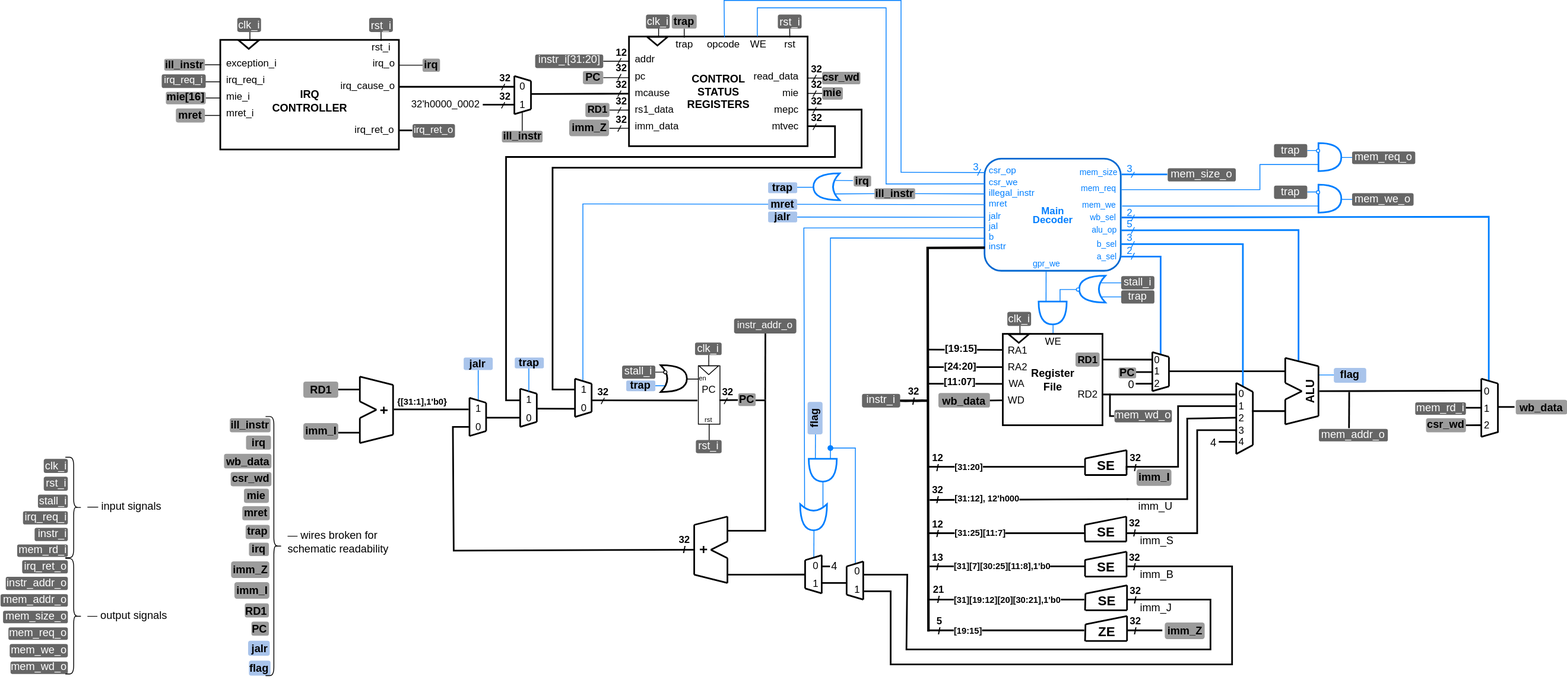
This is .pic/Labs/lab_10_irq/fig_03.drawio.svg from MPSU/APS, a draw.io export, as it was before one commit. Source tidied: cells renumbered, new cells last; positions are measured from the earlier drawing's top-left corner, leaving out a move shared by most shapes.
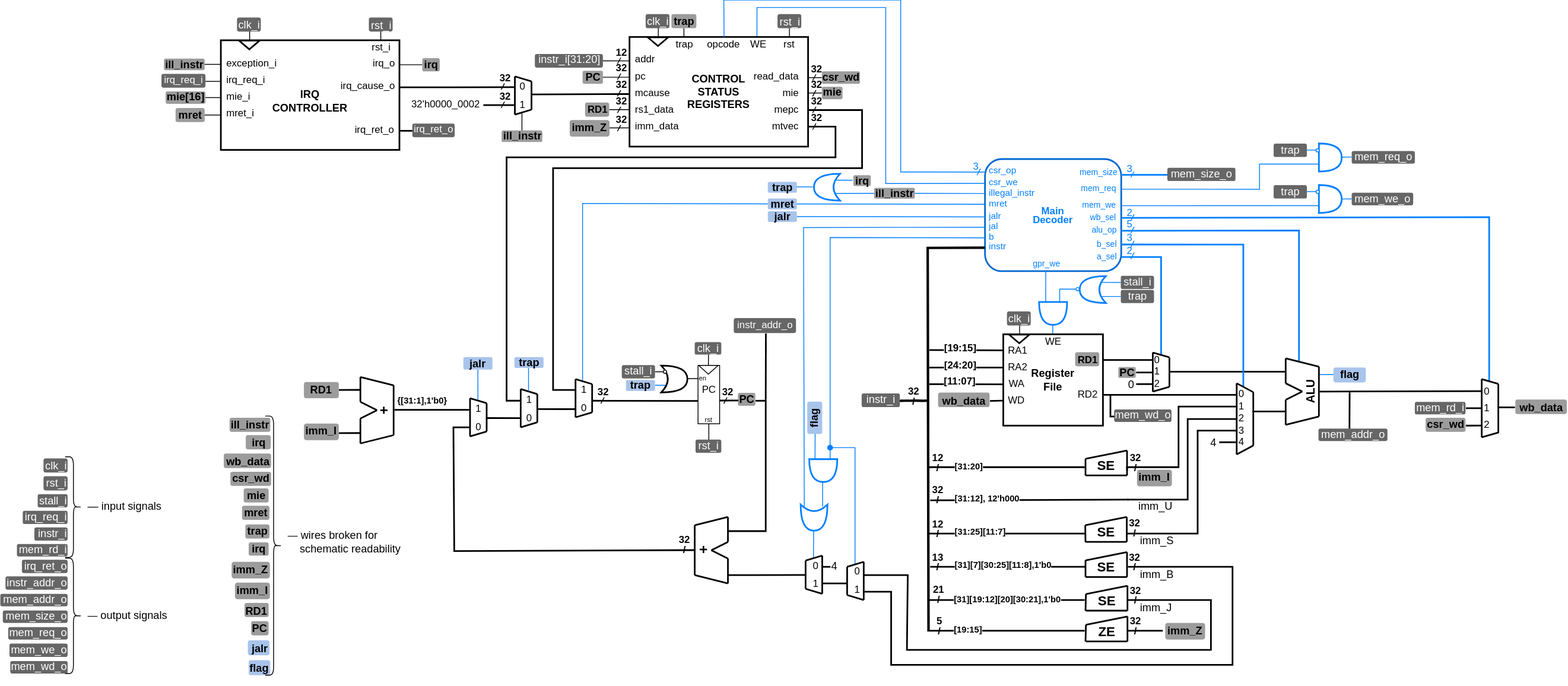
The same file after the commit.

The edit, as a diff of the source:
```diff
@@ -951,7 +951,7 @@
     <mxCell id="196" style="shape=curlyBracket;whiteSpace=wrap;html=1;rounded=1;flipH=1;labelPosition=right;verticalLabelPosition=middle;align=left;verticalAlign=middle;strokeOpacity=100;fillOpacity=100;" parent="1" vertex="1">
       <mxGeometry x="319" y="501" width="20" height="312" as="geometry" />
     </mxCell>
-    <mxCell id="197" value="—&lt;span style=&quot;color: rgb(0, 0, 0); font-family: Helvetica; font-size: 13px; font-style: normal; font-variant-ligatures: normal; font-variant-caps: normal; font-weight: 400; letter-spacing: normal; orphans: 2; text-align: center; text-indent: 0px; text-transform: none; widows: 2; word-spacing: 0px; -webkit-text-stroke-width: 0px; text-decoration-thickness: initial; text-decoration-style: initial; text-decoration-color: initial; float: none; display: inline !important;&quot;&gt; wires broken for schematic readability&lt;/span&gt;" style="text;whiteSpace=wrap;html=1;labelBackgroundColor=none;strokeOpacity=100;fillOpacity=100;" parent="1" vertex="1">
+    <mxCell id="197" value="—&lt;span style=&quot;color: rgb(0, 0, 0); font-family: Helvetica; font-size: 13px; font-style: normal; font-variant-ligatures: normal; font-variant-caps: normal; font-weight: 400; letter-spacing: normal; orphans: 2; text-align: center; text-indent: 0px; text-transform: none; widows: 2; word-spacing: 0px; -webkit-text-stroke-width: 0px; text-decoration-thickness: initial; text-decoration-style: initial; text-decoration-color: initial; float: none; display: inline !important;&quot;&gt; wires broken for&amp;nbsp; &amp;nbsp; &amp;nbsp; &amp;nbsp; &amp;nbsp; &amp;nbsp; &amp;nbsp; &amp;nbsp; &amp;nbsp; &amp;nbsp; schematic readability&lt;/span&gt;" style="text;whiteSpace=wrap;html=1;labelBackgroundColor=none;strokeOpacity=100;fillOpacity=100;" parent="1" vertex="1">
       <mxGeometry x="344" y="630" width="166" height="74" as="geometry" />
     </mxCell>
     <mxCell id="198" value="&lt;font style=&quot;font-size: 13px;&quot;&gt;PC&lt;/font&gt;" style="text;html=1;strokeColor=none;fillColor=#9C9C9C;align=right;verticalAlign=middle;whiteSpace=wrap;rounded=1;fontSize=13;fontColor=#000000;comic=0;jiggle=0.5;fontStyle=1;strokeOpacity=100;fillOpacity=100;" parent="1" vertex="1">
```
